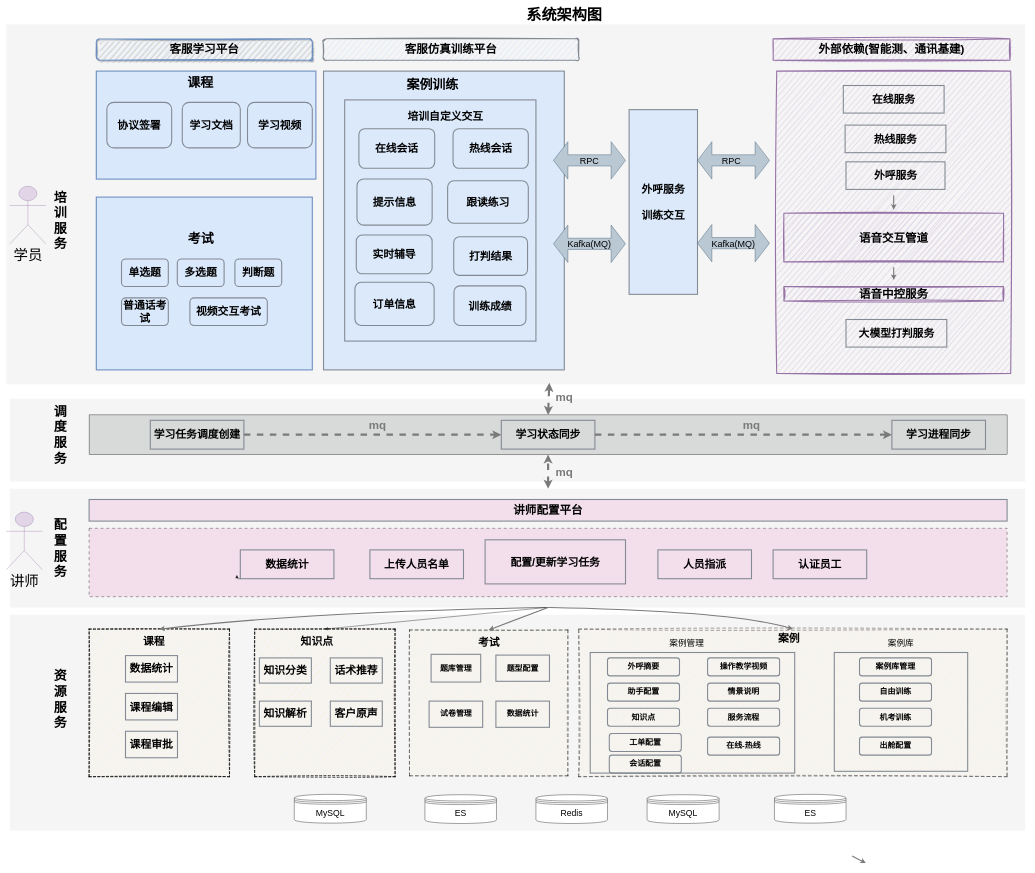
Earlier version of the draw.io diagram 系统架构图.drawio (cgshao02/graduation_picture). Source tidied: cells renumbered, new cells numbered last; positions are measured from the earlier drawing's top-left corner, leaving out a move shared by most shapes. Both pictures are drawn from the tidied source at 36%, with x=0, y=0 at pixel (6, 10).
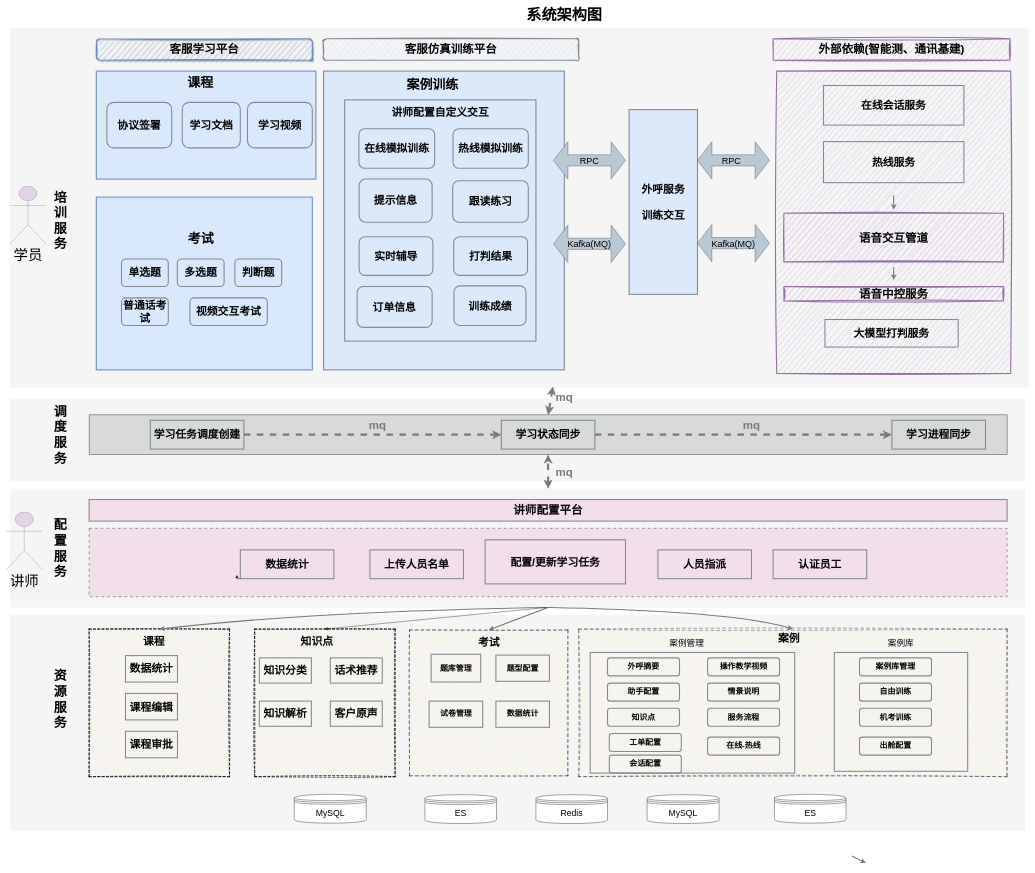
The same diagram, later.

Commit message:
更新系统架构图.drawio

The edit, as a diff of the source:
```diff
@@
     <mxCell id="7" style="rounded=0;whiteSpace=wrap;html=1;strokeColor=none;fillColor=#F5F5F5;" parent="1" vertex="1">
-      <mxGeometry y="40" width="2830" height="1000" as="geometry" />
+      <mxGeometry x="10" y="50" width="2830" height="1000" as="geometry" />
     </mxCell>
@@
     <mxCell id="52" value="&lt;font style=&quot;font-size: 30px;&quot;&gt;&lt;b&gt;提示信息&lt;/b&gt;&lt;/font&gt;" style="rounded=1;whiteSpace=wrap;html=1;strokeColor=#838A93;strokeWidth=3;fillColor=none;" parent="1" vertex="1">
-      <mxGeometry x="974.1" y="469.5" width="208.8" height="128.3" as="geometry" />
+      <mxGeometry x="980" y="469.5" width="202.8" height="120.5" as="geometry" />
     </mxCell>
     <mxCell id="53" value="&lt;font style=&quot;font-size: 30px;&quot;&gt;&lt;b&gt;实时辅导&lt;/b&gt;&lt;/font&gt;" style="rounded=1;whiteSpace=wrap;html=1;strokeColor=#838A93;strokeWidth=3;fillColor=none;" parent="1" vertex="1">
-      <mxGeometry x="972.2" y="625.5" width="210.6" height="107.5" as="geometry" />
+      <mxGeometry x="980" y="630" width="205" height="107.5" as="geometry" />
     </mxCell>
     <mxCell id="54" value="&lt;font style=&quot;font-size: 30px;&quot;&gt;&lt;b&gt;跟读练习&lt;/b&gt;&lt;/font&gt;" style="rounded=1;whiteSpace=wrap;html=1;strokeColor=#838A93;strokeWidth=3;fillColor=none;" parent="1" vertex="1">
-      <mxGeometry x="1225.9" y="474.5" width="224.1" height="118.3" as="geometry" />
+      <mxGeometry x="1240" y="474.5" width="210" height="115.5" as="geometry" />
     </mxCell>
@@
     <mxCell id="56" value="&lt;font style=&quot;font-size: 30px;&quot;&gt;&lt;b&gt;订单信息&lt;/b&gt;&lt;/font&gt;" style="rounded=1;whiteSpace=wrap;html=1;strokeColor=#838A93;strokeWidth=3;fillColor=none;" parent="1" vertex="1">
-      <mxGeometry x="968.4" y="756.6" width="220" height="120" as="geometry" />
+      <mxGeometry x="974.4" y="768.5" width="208.4" height="113.4" as="geometry" />
     </mxCell>
@@
-    <mxCell id="58" value="&lt;font size=&quot;1&quot; style=&quot;&quot;&gt;&lt;b style=&quot;font-size: 30px;&quot;&gt;培训自定义交互&lt;/b&gt;&lt;/font&gt;" style="text;html=1;align=center;verticalAlign=middle;whiteSpace=wrap;rounded=0;" parent="1" vertex="1">
-      <mxGeometry x="1110.9" y="280" width="217.5" height="30" as="geometry" />
+    <mxCell id="58" value="&lt;font size=&quot;1&quot; style=&quot;&quot;&gt;&lt;b style=&quot;font-size: 30px;&quot;&gt;讲师配置自定义交互&lt;/b&gt;&lt;/font&gt;" style="text;html=1;align=center;verticalAlign=middle;whiteSpace=wrap;rounded=0;" parent="1" vertex="1">
+      <mxGeometry x="1035.9" y="270" width="339.1" height="30" as="geometry" />
     </mxCell>
@@
     <mxCell id="60" value="&lt;span style=&quot;font-size: 30px;&quot;&gt;&lt;b&gt;大模型打判服务&lt;/b&gt;&lt;/span&gt;" style="rounded=0;whiteSpace=wrap;html=1;strokeColor=#838A93;strokeWidth=3;fillColor=none;" parent="1" vertex="1">
-      <mxGeometry x="2332.5" y="860" width="280" height="76.6" as="geometry" />
+      <mxGeometry x="2274" y="860" width="370" height="76.6" as="geometry" />
     </mxCell>
@@
-    <mxCell id="77" value="&lt;span style=&quot;font-size: 30px;&quot;&gt;&lt;b&gt;在线服务&lt;/b&gt;&lt;/span&gt;" style="rounded=0;whiteSpace=wrap;html=1;strokeColor=#838A93;strokeWidth=3;fillColor=none;" parent="1" vertex="1">
-      <mxGeometry x="2325" y="210" width="280" height="76.6" as="geometry" />
+    <mxCell id="77" value="&lt;span style=&quot;font-size: 30px;&quot;&gt;&lt;b&gt;在线会话服务&lt;/b&gt;&lt;/span&gt;" style="rounded=0;whiteSpace=wrap;html=1;strokeColor=#838A93;strokeWidth=3;fillColor=none;" parent="1" vertex="1">
+      <mxGeometry x="2270" y="210" width="390" height="110" as="geometry" />
     </mxCell>
-    <mxCell id="78" value="&lt;span style=&quot;font-size: 30px;&quot;&gt;&lt;b&gt;外呼服务&lt;/b&gt;&lt;/span&gt;" style="rounded=0;whiteSpace=wrap;html=1;strokeColor=#838A93;strokeWidth=3;fillColor=none;" parent="1" vertex="1">
-      <mxGeometry x="2332.5" y="422" width="275" height="76.6" as="geometry" />
-    </mxCell>
     <mxCell id="79" value="&lt;span style=&quot;font-size: 30px;&quot;&gt;&lt;b&gt;热线服务&lt;/b&gt;&lt;/span&gt;" style="rounded=0;whiteSpace=wrap;html=1;strokeColor=#838A93;strokeWidth=3;fillColor=none;" parent="1" vertex="1">
-      <mxGeometry x="2330" y="320" width="280" height="76.6" as="geometry" />
+      <mxGeometry x="2270" y="366" width="390" height="114" as="geometry" />
     </mxCell>
@@
-    <mxCell id="119" value="&lt;font style=&quot;font-size: 30px;&quot;&gt;&lt;b&gt;在线会话&lt;/b&gt;&lt;/font&gt;" style="rounded=1;whiteSpace=wrap;html=1;strokeColor=#838A93;strokeWidth=3;fillColor=none;" parent="1" vertex="1">
+    <mxCell id="119" value="&lt;font style=&quot;font-size: 30px;&quot;&gt;&lt;b&gt;在线模拟训练&lt;/b&gt;&lt;/font&gt;" style="rounded=1;whiteSpace=wrap;html=1;strokeColor=#838A93;strokeWidth=3;fillColor=none;" parent="1" vertex="1">
       <mxGeometry x="979.4" y="330" width="210.6" height="110" as="geometry" />
     </mxCell>
-    <mxCell id="120" value="&lt;font style=&quot;font-size: 30px;&quot;&gt;&lt;b&gt;热线会话&lt;/b&gt;&lt;/font&gt;" style="rounded=1;whiteSpace=wrap;html=1;strokeColor=#838A93;strokeWidth=3;fillColor=none;" parent="1" vertex="1">
+    <mxCell id="120" value="&lt;font style=&quot;font-size: 30px;&quot;&gt;&lt;b&gt;热线模拟训练&lt;/b&gt;&lt;/font&gt;" style="rounded=1;whiteSpace=wrap;html=1;strokeColor=#838A93;strokeWidth=3;fillColor=none;" parent="1" vertex="1">
       <mxGeometry x="1241" y="330" width="209" height="110" as="geometry" />
     </mxCell>
```
